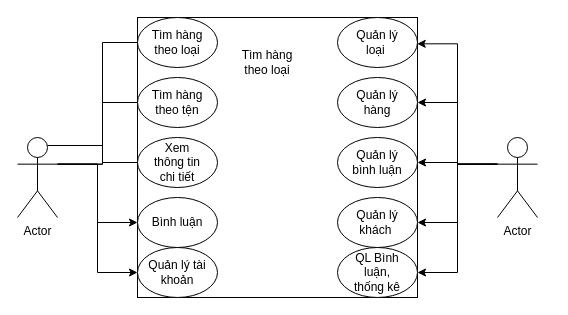
Before: ERD/UseCaseTongQuat.drawio in t27092309/DuAnMau, a draw.io diagram. Source tidied: cells renumbered, new cells numbered last; positions are measured from the earlier drawing's top-left corner, leaving out a move shared by most shapes. Both pictures are drawn from the tidied source at 100%, with x=0, y=0 at pixel (17, 17).
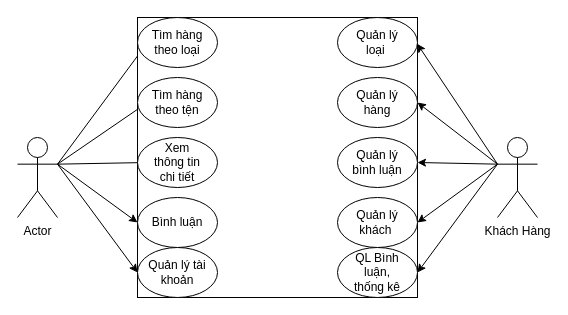
The same diagram, later.

Unchanged cells that the change refers to:
```xml
<mxCell id="7" value="Actor" style="shape=umlActor;verticalLabelPosition=bottom;verticalAlign=top;html=1;outlineConnect=0;" parent="1" vertex="1">
  <mxGeometry y="120" width="40" height="80" as="geometry" />
</mxCell>
<mxCell id="8" style="whiteSpace=wrap;html=1;" parent="1" vertex="1">
  <mxGeometry x="120" width="280" height="280" as="geometry" />
</mxCell>
<mxCell id="17" style="ellipse;whiteSpace=wrap;html=1;" parent="1" vertex="1">
  <mxGeometry x="320" y="60" width="80" height="50" as="geometry" />
</mxCell>
<mxCell id="18" style="ellipse;whiteSpace=wrap;html=1;" parent="1" vertex="1">
  <mxGeometry x="320" y="120" width="80" height="50" as="geometry" />
</mxCell>
<mxCell id="19" style="ellipse;whiteSpace=wrap;html=1;" parent="1" vertex="1">
  <mxGeometry x="320" y="180" width="80" height="50" as="geometry" />
</mxCell>
<mxCell id="20" style="ellipse;whiteSpace=wrap;html=1;" parent="1" vertex="1">
  <mxGeometry x="320" y="230" width="80" height="50" as="geometry" />
</mxCell>
<mxCell id="21" style="ellipse;whiteSpace=wrap;html=1;" parent="1" vertex="1">
  <mxGeometry x="120" y="180" width="80" height="50" as="geometry" />
</mxCell>
<mxCell id="24" style="ellipse;whiteSpace=wrap;html=1;" parent="1" vertex="1">
  <mxGeometry x="120" y="230" width="80" height="50" as="geometry" />
</mxCell>
<mxCell id="25" value="Tìm hàng theo tện" style="text;html=1;align=center;verticalAlign=middle;whiteSpace=wrap;rounded=0;" parent="1" vertex="1">
  <mxGeometry x="130" y="70" width="60" height="30" as="geometry" />
</mxCell>
<mxCell id="26" value="Tìm hàng theo loại" style="text;html=1;align=center;verticalAlign=middle;whiteSpace=wrap;rounded=0;" parent="1" vertex="1">
  <mxGeometry x="130" y="10" width="60" height="30" as="geometry" />
</mxCell>
<mxCell id="27" value="Xem thông tin chi tiết" style="text;html=1;align=center;verticalAlign=middle;whiteSpace=wrap;rounded=0;" parent="1" vertex="1">
  <mxGeometry x="130" y="130" width="60" height="30" as="geometry" />
</mxCell>
```

Change to the diagram source:
```diff
@@
-    <mxCell id="2" style="edgeStyle=orthogonalEdgeStyle;rounded=0;jettySize=auto;html=1;exitX=0.75;exitY=0.1;exitDx=0;exitDy=0;exitPerimeter=0;entryX=0;entryY=0.5;entryDx=0;entryDy=0;" parent="1" edge="1" source="7" target="26">
+    <mxCell id="2" style="rounded=0;jettySize=auto;html=1;exitX=1;exitY=0.3333333333333333;exitDx=0;exitDy=0;exitPerimeter=0;entryX=0;entryY=0.5;entryDx=0;entryDy=0;" parent="1" edge="1" source="7" target="26">
       <mxGeometry relative="1" as="geometry" />
     </mxCell>
-    <mxCell id="3" style="edgeStyle=orthogonalEdgeStyle;rounded=0;jettySize=auto;html=1;exitX=1;exitY=0.3333333333333333;exitDx=0;exitDy=0;exitPerimeter=0;entryX=0;entryY=0.5;entryDx=0;entryDy=0;" parent="1" edge="1" source="7" target="25">
+    <mxCell id="3" style="rounded=0;jettySize=auto;html=1;exitX=1;exitY=0.3333333333333333;exitDx=0;exitDy=0;exitPerimeter=0;entryX=0;entryY=0.5;entryDx=0;entryDy=0;" parent="1" edge="1" source="7" target="25">
       <mxGeometry relative="1" as="geometry" />
     </mxCell>
-    <mxCell id="4" style="edgeStyle=orthogonalEdgeStyle;rounded=0;jettySize=auto;html=1;exitX=1;exitY=0.3333333333333333;exitDx=0;exitDy=0;exitPerimeter=0;entryX=0;entryY=0.5;entryDx=0;entryDy=0;" parent="1" edge="1" source="7" target="27">
+    <mxCell id="4" style="rounded=0;jettySize=auto;html=1;exitX=1;exitY=0.3333333333333333;exitDx=0;exitDy=0;exitPerimeter=0;entryX=0;entryY=0.5;entryDx=0;entryDy=0;" parent="1" edge="1" source="7" target="27">
       <mxGeometry relative="1" as="geometry" />
     </mxCell>
-    <mxCell id="5" style="edgeStyle=orthogonalEdgeStyle;rounded=0;jettySize=auto;html=1;exitX=1;exitY=0.3333333333333333;exitDx=0;exitDy=0;exitPerimeter=0;entryX=0;entryY=0.5;entryDx=0;entryDy=0;" parent="1" edge="1" source="7" target="21">
+    <mxCell id="5" style="rounded=0;jettySize=auto;html=1;exitX=1;exitY=0.3333333333333333;exitDx=0;exitDy=0;exitPerimeter=0;entryX=0;entryY=0.5;entryDx=0;entryDy=0;" parent="1" edge="1" source="7" target="21">
       <mxGeometry relative="1" as="geometry" />
     </mxCell>
-    <mxCell id="6" style="edgeStyle=orthogonalEdgeStyle;rounded=0;jettySize=auto;html=1;exitX=1;exitY=0.3333333333333333;exitDx=0;exitDy=0;exitPerimeter=0;entryX=0;entryY=0.5;entryDx=0;entryDy=0;" parent="1" edge="1" source="7" target="24">
+    <mxCell id="6" style="rounded=0;jettySize=auto;html=1;exitX=1;exitY=0.3333333333333333;exitDx=0;exitDy=0;exitPerimeter=0;entryX=0;entryY=0.5;entryDx=0;entryDy=0;" parent="1" edge="1" source="7" target="24">
       <mxGeometry relative="1" as="geometry" />
     </mxCell>
@@
-    <mxCell id="9" style="edgeStyle=orthogonalEdgeStyle;rounded=0;jettySize=auto;html=1;exitX=0;exitY=0.3333333333333333;exitDx=0;exitDy=0;exitPerimeter=0;entryX=1;entryY=0.5;entryDx=0;entryDy=0;" parent="1" edge="1" source="13" target="17">
+    <mxCell id="9" style="rounded=0;jettySize=auto;html=1;exitX=0;exitY=0.3333333333333333;exitDx=0;exitDy=0;exitPerimeter=0;entryX=1;entryY=0.5;entryDx=0;entryDy=0;" parent="1" edge="1" source="13" target="17">
       <mxGeometry relative="1" as="geometry" />
     </mxCell>
-    <mxCell id="10" style="edgeStyle=orthogonalEdgeStyle;rounded=0;jettySize=auto;html=1;exitX=0;exitY=0.3333333333333333;exitDx=0;exitDy=0;exitPerimeter=0;entryX=1;entryY=0.5;entryDx=0;entryDy=0;" parent="1" edge="1" source="13" target="18">
+    <mxCell id="10" style="rounded=0;jettySize=auto;html=1;exitX=0;exitY=0.3333333333333333;exitDx=0;exitDy=0;exitPerimeter=0;entryX=1;entryY=0.5;entryDx=0;entryDy=0;" parent="1" edge="1" source="13" target="18">
       <mxGeometry relative="1" as="geometry" />
     </mxCell>
-    <mxCell id="11" style="edgeStyle=orthogonalEdgeStyle;rounded=0;jettySize=auto;html=1;exitX=0;exitY=0.3333333333333333;exitDx=0;exitDy=0;exitPerimeter=0;entryX=1;entryY=0.5;entryDx=0;entryDy=0;" parent="1" edge="1" source="13" target="19">
+    <mxCell id="11" style="rounded=0;jettySize=auto;html=1;exitX=0;exitY=0.3333333333333333;exitDx=0;exitDy=0;exitPerimeter=0;entryX=1;entryY=0.5;entryDx=0;entryDy=0;" parent="1" edge="1" source="13" target="19">
       <mxGeometry relative="1" as="geometry" />
     </mxCell>
-    <mxCell id="12" style="edgeStyle=orthogonalEdgeStyle;rounded=0;jettySize=auto;html=1;exitX=0;exitY=0.3333333333333333;exitDx=0;exitDy=0;exitPerimeter=0;entryX=1;entryY=0.5;entryDx=0;entryDy=0;" parent="1" edge="1" source="13" target="20">
+    <mxCell id="12" style="rounded=0;jettySize=auto;html=1;exitX=0;exitY=0.3333333333333333;exitDx=0;exitDy=0;exitPerimeter=0;entryX=1;entryY=0.5;entryDx=0;entryDy=0;" parent="1" edge="1" source="13" target="20">
       <mxGeometry relative="1" as="geometry" />
     </mxCell>
-    <mxCell id="13" value="Actor" style="shape=umlActor;verticalLabelPosition=bottom;verticalAlign=top;html=1;outlineConnect=0;" parent="1" vertex="1">
+    <mxCell id="13" value="Khách Hàng" style="shape=umlActor;verticalLabelPosition=bottom;verticalAlign=top;html=1;outlineConnect=0;" parent="1" vertex="1">
       <mxGeometry x="480" y="120" width="40" height="80" as="geometry" />
     </mxCell>
@@
-    <mxCell id="15" value="Tìm hàng theo loại" style="text;html=1;align=center;verticalAlign=middle;whiteSpace=wrap;rounded=0;" parent="1" vertex="1">
-      <mxGeometry x="220" y="30" width="60" height="30" as="geometry" />
-    </mxCell>
@@
-    <mxCell id="35" style="edgeStyle=orthogonalEdgeStyle;rounded=0;jettySize=auto;html=1;exitX=0;exitY=0.3333333333333333;exitDx=0;exitDy=0;exitPerimeter=0;entryX=0.999;entryY=0.094;entryDx=0;entryDy=0;entryPerimeter=0;" parent="1" edge="1" source="13" target="8">
+    <mxCell id="35" style="rounded=0;jettySize=auto;html=1;exitX=0;exitY=0.3333333333333333;exitDx=0;exitDy=0;exitPerimeter=0;entryX=0.999;entryY=0.094;entryDx=0;entryDy=0;entryPerimeter=0;" parent="1" edge="1" source="13" target="8">
       <mxGeometry relative="1" as="geometry" />
     </mxCell>
```
